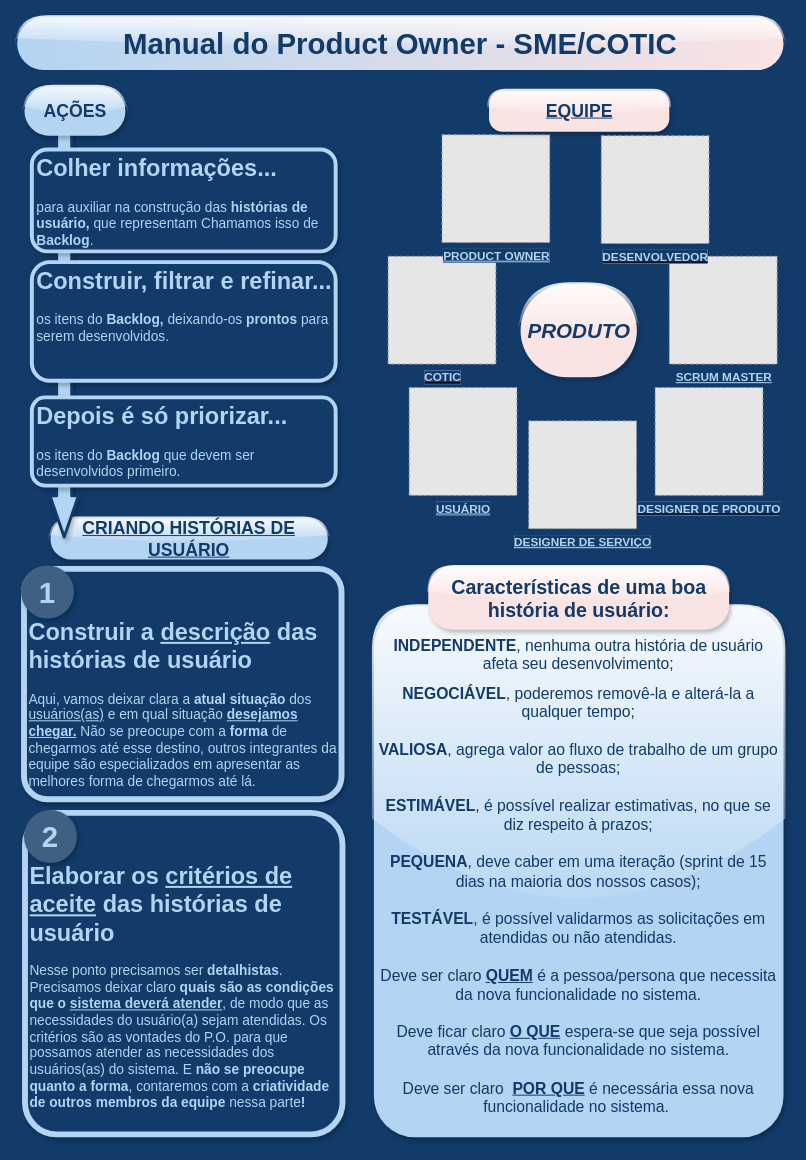
Earlier version of the draw.io diagram docs/PO-manual-v0.4.drawio (prefeiturasp/SME). Source tidied: cells renumbered, new cells numbered last; positions are measured from the earlier drawing's top-left corner, leaving out a move shared by most shapes. Both pictures are drawn from the tidied source at 98%, with x=0, y=0 at pixel (17, 17). Pictures stored in the file or linked from it are replaced by grey dashed boxes.
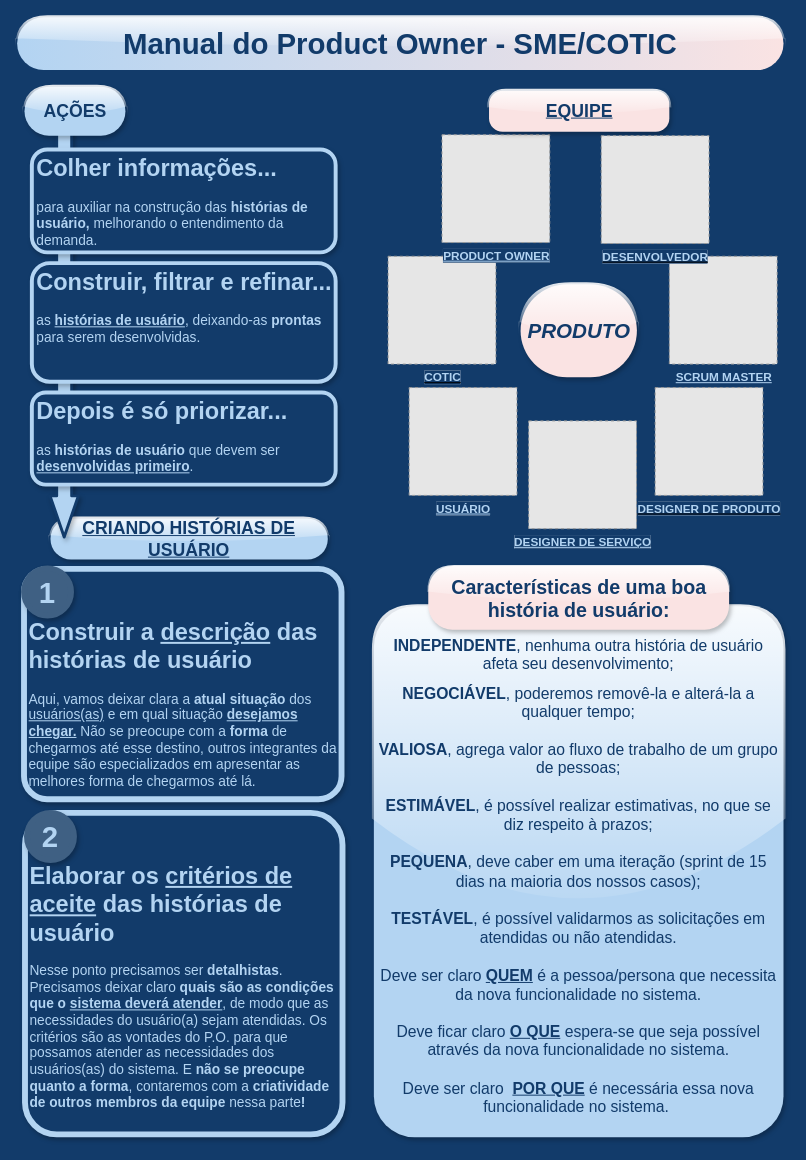
The same diagram, later.

Commit message:
correcao de erros de digitacao e conteudos incompletos

What changed in the source:
```diff
@@
-    <mxCell id="5" value="&lt;h1&gt;&lt;font color=&quot;#b3d4f2&quot;&gt;Colher informações...&lt;/font&gt;&lt;/h1&gt;&lt;p style=&quot;font-size: 14px&quot;&gt;&lt;font color=&quot;#b3d4f2&quot; style=&quot;font-size: 14px&quot;&gt;para auxiliar na construção das &lt;b&gt;histórias de usuário, &lt;/b&gt;que representam Chamamos isso de &lt;b&gt;Backlog&lt;/b&gt;.&lt;/font&gt;&lt;/p&gt;" style="text;html=1;strokeColor=#B3D4F2;fillColor=#123B6A;spacing=5;spacingTop=-20;whiteSpace=wrap;overflow=hidden;rounded=1;shadow=1;strokeWidth=4;glass=0;" parent="1" vertex="1">
-      <mxGeometry x="15" y="135" width="310" height="104" as="geometry" />
+    <mxCell id="5" value="&lt;h1&gt;&lt;font color=&quot;#b3d4f2&quot;&gt;Colher informações...&lt;/font&gt;&lt;/h1&gt;&lt;p style=&quot;font-size: 14px&quot;&gt;&lt;font color=&quot;#b3d4f2&quot; style=&quot;font-size: 14px&quot;&gt;para auxiliar na construção das &lt;b&gt;histórias de usuário, &lt;/b&gt;melhorando o entendimento da demanda.&lt;/font&gt;&lt;/p&gt;" style="text;html=1;strokeColor=#B3D4F2;fillColor=#123B6A;spacing=5;spacingTop=-20;whiteSpace=wrap;overflow=hidden;rounded=1;shadow=1;strokeWidth=4;glass=0;" parent="1" vertex="1">
+      <mxGeometry x="15" y="135" width="310" height="105" as="geometry" />
     </mxCell>
-    <mxCell id="6" value="&lt;h1&gt;&lt;font color=&quot;#b3d4f2&quot;&gt;Construir, filtrar e refinar...&lt;/font&gt;&lt;/h1&gt;&lt;p style=&quot;font-size: 14px&quot;&gt;&lt;font color=&quot;#b3d4f2&quot; style=&quot;font-size: 14px&quot;&gt;os itens do &lt;b&gt;Backlog, &lt;/b&gt;deixando-os &lt;b&gt;prontos&lt;/b&gt; para serem desenvolvidos.&lt;/font&gt;&lt;/p&gt;" style="text;html=1;strokeColor=#B3D4F2;fillColor=#123B6A;spacing=5;spacingTop=-20;whiteSpace=wrap;overflow=hidden;rounded=1;shadow=1;strokeWidth=4;glass=0;" parent="1" vertex="1">
-      <mxGeometry x="15" y="250" width="310" height="121" as="geometry" />
+    <mxCell id="6" value="&lt;h1&gt;&lt;font color=&quot;#b3d4f2&quot;&gt;Construir, filtrar e refinar...&lt;/font&gt;&lt;/h1&gt;&lt;p style=&quot;font-size: 14px&quot;&gt;&lt;font color=&quot;#b3d4f2&quot; style=&quot;font-size: 14px&quot;&gt;as &lt;b&gt;&lt;u&gt;histórias de usuário&lt;/u&gt;&lt;/b&gt;,&lt;b&gt;&amp;nbsp;&lt;/b&gt;deixando-as &lt;b&gt;prontas&lt;/b&gt; para serem desenvolvidas.&lt;/font&gt;&lt;/p&gt;" style="text;html=1;strokeColor=#B3D4F2;fillColor=#123B6A;spacing=5;spacingTop=-20;whiteSpace=wrap;overflow=hidden;rounded=1;shadow=1;strokeWidth=4;glass=0;" parent="1" vertex="1">
+      <mxGeometry x="15" y="251" width="310" height="121" as="geometry" />
     </mxCell>
-    <mxCell id="7" value="&lt;h1&gt;&lt;font color=&quot;#b3d4f2&quot;&gt;Depois é só priorizar...&lt;/font&gt;&lt;/h1&gt;&lt;p style=&quot;font-size: 14px&quot;&gt;&lt;font color=&quot;#b3d4f2&quot; style=&quot;font-size: 14px&quot;&gt;os itens do &lt;b&gt;Backlog &lt;/b&gt;que devem ser desenvolvidos primeiro.&lt;/font&gt;&lt;/p&gt;" style="text;html=1;strokeColor=#B3D4F2;fillColor=#123B6A;spacing=5;spacingTop=-20;whiteSpace=wrap;overflow=hidden;rounded=1;shadow=1;strokeWidth=4;glass=0;" parent="1" vertex="1">
-      <mxGeometry x="15" y="388" width="310" height="90" as="geometry" />
+    <mxCell id="7" value="&lt;h1&gt;&lt;font color=&quot;#b3d4f2&quot;&gt;Depois é só priorizar...&lt;/font&gt;&lt;/h1&gt;&lt;p style=&quot;font-size: 14px&quot;&gt;&lt;font color=&quot;#b3d4f2&quot; style=&quot;font-size: 14px&quot;&gt;as &lt;b&gt;histórias de usuário&lt;/b&gt; que devem ser &lt;b&gt;&lt;u&gt;desenvolvidas primeiro&lt;/u&gt;&lt;/b&gt;.&lt;/font&gt;&lt;/p&gt;" style="text;html=1;strokeColor=#B3D4F2;fillColor=#123B6A;spacing=5;spacingTop=-20;whiteSpace=wrap;overflow=hidden;rounded=1;shadow=1;strokeWidth=4;glass=0;" parent="1" vertex="1">
+      <mxGeometry x="15" y="383" width="310" height="94" as="geometry" />
     </mxCell>
```
